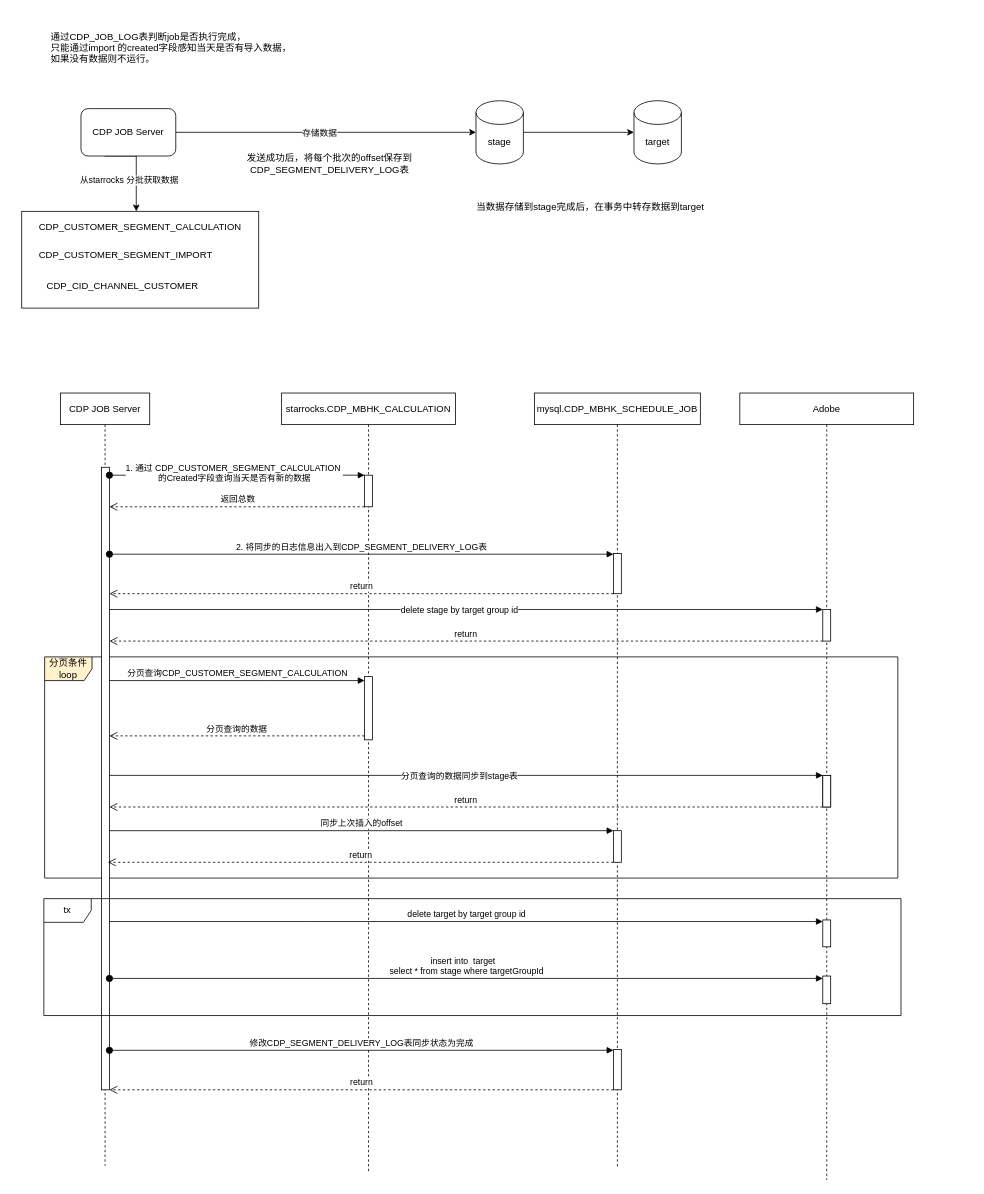
Above: CDP->Adobe.drawio in dearliwenhui/mydraw (draw.io), before the change. Source tidied: cells renumbered, new cells numbered last; positions are measured from the earlier drawing's top-left corner, leaving out a move shared by most shapes. Both pictures are drawn from the tidied source at 79%, with x=0, y=0 at pixel (21, 13).
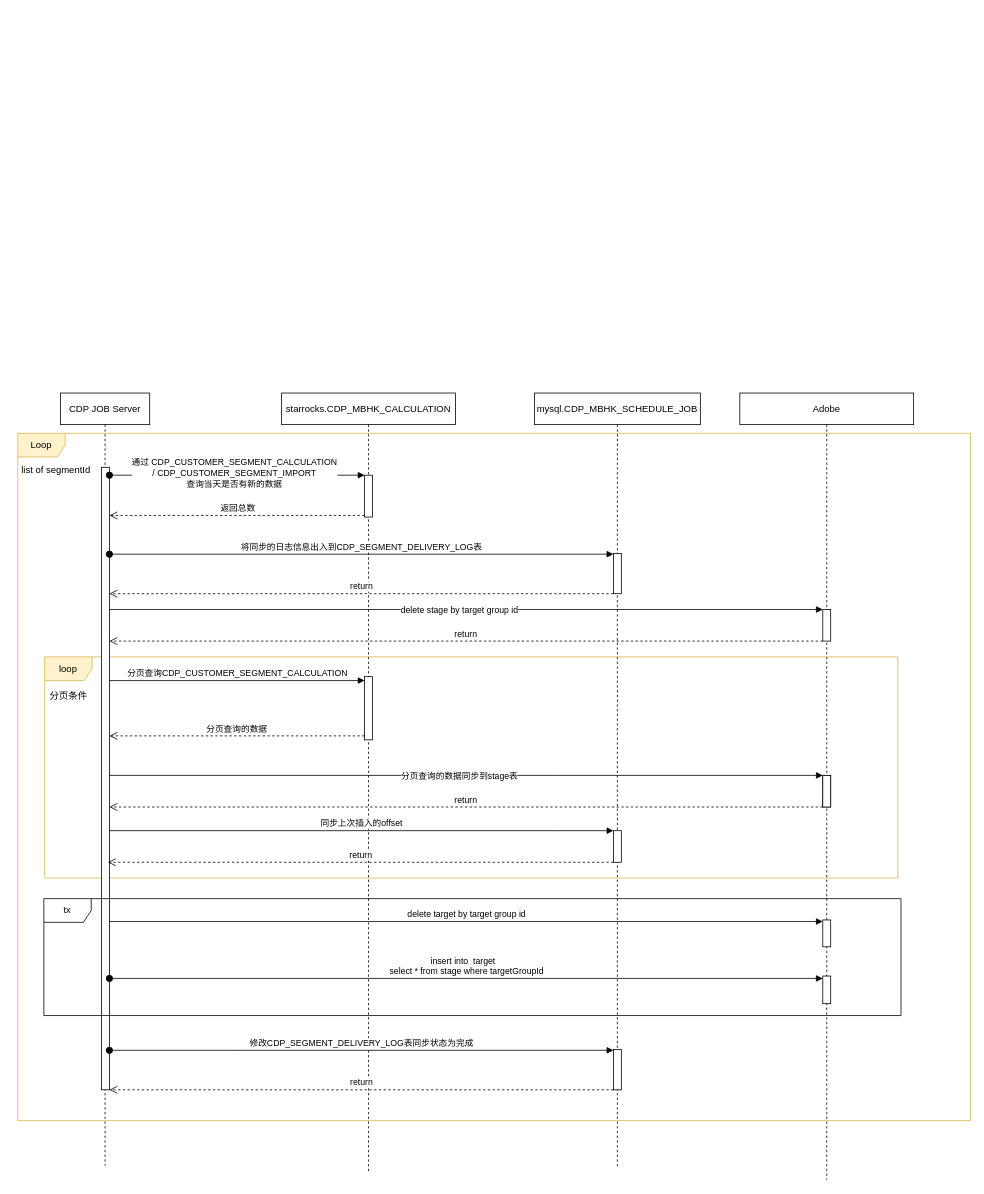
The same page after the edit.

Unchanged cells that the change refers to:
```xml
<mxCell id="19" style="html=1;points=[];perimeter=orthogonalPerimeter;outlineConnect=0;targetShapes=umlLifeline;portConstraint=eastwest;newEdgeStyle={&quot;edgeStyle&quot;:&quot;elbowEdgeStyle&quot;,&quot;elbow&quot;:&quot;vertical&quot;,&quot;curved&quot;:0,&quot;rounded&quot;:0};" parent="18" vertex="1">
  <mxGeometry x="52" y="94" width="10" height="788" as="geometry" />
</mxCell>
<mxCell id="20" value="starrocks.CDP_MBHK_CALCULATION" style="shape=umlLifeline;perimeter=lifelinePerimeter;whiteSpace=wrap;html=1;newEdgeStyle={&quot;edgeStyle&quot;:&quot;elbowEdgeStyle&quot;,&quot;elbow&quot;:&quot;vertical&quot;,&quot;curved&quot;:0,&quot;rounded&quot;:0};" parent="1" vertex="1">
  <mxGeometry x="329" y="480" width="220" height="985" as="geometry" />
</mxCell>
<mxCell id="23" style="html=1;verticalAlign=bottom;startArrow=oval;startFill=1;endArrow=block;startSize=8;edgeStyle=elbowEdgeStyle;elbow=vertical;curved=0;rounded=0;" parent="1" edge="1" source="19" target="21">
  <mxGeometry relative="1" as="geometry">
    <Array as="points">
      <mxPoint x="409" y="584" />
    </Array>
  </mxGeometry>
</mxCell>
<mxCell id="35" style="html=1;points=[];perimeter=orthogonalPerimeter;outlineConnect=0;targetShapes=umlLifeline;portConstraint=eastwest;newEdgeStyle={&quot;edgeStyle&quot;:&quot;elbowEdgeStyle&quot;,&quot;elbow&quot;:&quot;vertical&quot;,&quot;curved&quot;:0,&quot;rounded&quot;:0};" parent="34" vertex="1">
  <mxGeometry x="100" y="203" width="10" height="51" as="geometry" />
</mxCell>
```

The edit, as a diff of the source:
```diff
@@
-    <mxCell id="2" value="分页条件loop" style="shape=umlFrame;whiteSpace=wrap;html=1;fillColor=#fff2cc;strokeColor=default;swimlaneFillColor=none;gradientColor=none;" parent="1" vertex="1">
+    <mxCell id="2" value="loop" style="shape=umlFrame;whiteSpace=wrap;html=1;fillColor=#fff2cc;strokeColor=#d6b656;swimlaneFillColor=none;" parent="1" vertex="1">
       <mxGeometry x="29" y="814" width="1080" height="280" as="geometry" />
     </mxCell>
-    <mxCell id="3" style="rounded=0;whiteSpace=wrap;html=1;" parent="1" vertex="1">
-      <mxGeometry y="250" width="300" height="122.5" as="geometry" />
-    </mxCell>
-    <mxCell id="4" value="CDP_CUSTOMER_SEGMENT_CALCULATION" style="text;whiteSpace=wrap;html=1;" parent="1" vertex="1">
-      <mxGeometry x="20" y="255.8" width="260" height="40" as="geometry" />
-    </mxCell>
-    <mxCell id="5" value="CDP_CUSTOMER_SEGMENT_IMPORT" style="text;whiteSpace=wrap;html=1;" parent="1" vertex="1">
-      <mxGeometry x="20" y="291.2" width="230" height="40" as="geometry" />
-    </mxCell>
-    <mxCell id="6" value="CDP_CID_CHANNEL_CUSTOMER" style="text;whiteSpace=wrap;html=1;" parent="1" vertex="1">
-      <mxGeometry x="30" y="331.2" width="210" height="35" as="geometry" />
-    </mxCell>
-    <mxCell id="7" style="edgeStyle=orthogonalEdgeStyle;rounded=0;jettySize=auto;html=1;exitX=0.25;exitY=1;exitDx=0;exitDy=0;" parent="1" edge="1" source="11">
-      <mxGeometry relative="1" as="geometry">
-        <mxPoint x="145" y="250" as="targetPoint" />
-        <Array as="points">
-          <mxPoint x="145" y="180" />
-        </Array>
-      </mxGeometry>
-    </mxCell>
-    <mxCell id="8" value="从starrocks 分批获取数据" style="edgeLabel;html=1;align=center;verticalAlign=middle;" parent="7" vertex="1">
-      <mxGeometry x="-0.35" y="3" relative="1" as="geometry">
-        <mxPoint x="-6" y="33" as="offset" />
-      </mxGeometry>
-    </mxCell>
-    <mxCell id="9" style="edgeStyle=orthogonalEdgeStyle;rounded=0;jettySize=auto;html=1;exitX=1;exitY=0.5;exitDx=0;exitDy=0;entryX=0;entryY=0.5;entryDx=0;entryDy=0;entryPerimeter=0;" parent="1" edge="1" source="11" target="12">
-      <mxGeometry relative="1" as="geometry" />
-    </mxCell>
-    <mxCell id="10" value="存储数据" style="edgeLabel;html=1;align=center;verticalAlign=middle;" parent="9" vertex="1">
-      <mxGeometry x="-0.13" y="1" relative="1" as="geometry">
-        <mxPoint x="16" y="1" as="offset" />
-      </mxGeometry>
-    </mxCell>
-    <mxCell id="11" value="CDP JOB Server" style="rounded=1;whiteSpace=wrap;html=1;" parent="1" vertex="1">
-      <mxGeometry x="75" y="120" width="120" height="60" as="geometry" />
-    </mxCell>
-    <mxCell id="12" value="stage" style="shape=cylinder3;whiteSpace=wrap;html=1;boundedLbl=1;backgroundOutline=1;size=15;" parent="1" vertex="1">
-      <mxGeometry x="575" y="110" width="60" height="80" as="geometry" />
-    </mxCell>
-    <mxCell id="13" value="target" style="shape=cylinder3;whiteSpace=wrap;html=1;boundedLbl=1;backgroundOutline=1;size=15;" parent="1" vertex="1">
-      <mxGeometry x="775" y="110" width="60" height="80" as="geometry" />
-    </mxCell>
-    <mxCell id="14" style="edgeStyle=orthogonalEdgeStyle;rounded=0;jettySize=auto;html=1;exitX=1;exitY=0.5;exitDx=0;exitDy=0;exitPerimeter=0;entryX=0;entryY=0.5;entryDx=0;entryDy=0;entryPerimeter=0;" parent="1" edge="1" source="12" target="13">
-      <mxGeometry relative="1" as="geometry" />
-    </mxCell>
-    <mxCell id="15" value="当数据存储到stage完成后，在事务中转存数据到target" style="text;html=1;strokeColor=none;fillColor=none;align=center;verticalAlign=middle;whiteSpace=wrap;rounded=0;" parent="1" vertex="1">
-      <mxGeometry x="565" y="230" width="310" height="30" as="geometry" />
-    </mxCell>
-    <mxCell id="16" value="通过CDP_JOB_LOG表判断job是否执行完成，&lt;br&gt;只能通过import 的created字段感知当天是否有导入数据，如果没有数据则不运行。" style="text;html=1;strokeColor=none;fillColor=none;align=left;verticalAlign=middle;whiteSpace=wrap;rounded=0;" parent="1" vertex="1">
-      <mxGeometry x="35" width="310" height="85" as="geometry" />
-    </mxCell>
-    <mxCell id="17" value="发送成功后，将每个批次的offset保存到CDP_SEGMENT_DELIVERY_LOG表" style="text;html=1;strokeColor=none;fillColor=none;align=center;verticalAlign=middle;whiteSpace=wrap;rounded=0;" parent="1" vertex="1">
-      <mxGeometry x="265" y="160" width="250" height="60" as="geometry" />
-    </mxCell>
@@
     <mxCell id="21" style="html=1;points=[];perimeter=orthogonalPerimeter;outlineConnect=0;targetShapes=umlLifeline;portConstraint=eastwest;newEdgeStyle={&quot;edgeStyle&quot;:&quot;elbowEdgeStyle&quot;,&quot;elbow&quot;:&quot;vertical&quot;,&quot;curved&quot;:0,&quot;rounded&quot;:0};" parent="20" vertex="1">
-      <mxGeometry x="105" y="104" width="10" height="40" as="geometry" />
+      <mxGeometry x="105" y="104" width="10" height="53" as="geometry" />
     </mxCell>
@@
-    <mxCell id="24" value="&lt;div&gt;1. 通过 CDP_CUSTOMER_SEGMENT_CALCULATION&amp;nbsp;&lt;/div&gt;&lt;div&gt;的Created字段查询当天是否有新的数据&lt;/div&gt;&lt;div&gt;&lt;br&gt;&lt;/div&gt;" style="edgeLabel;html=1;align=center;verticalAlign=middle;" parent="23" vertex="1">
+    <mxCell id="24" value="&lt;div&gt;通过 CDP_CUSTOMER_SEGMENT_CALCULATION&lt;/div&gt;&lt;div&gt;/&amp;nbsp;CDP_CUSTOMER_SEGMENT_IMPORT&lt;/div&gt;&lt;div&gt;查询当天是否有新的数据&lt;/div&gt;&lt;div&gt;&lt;br&gt;&lt;/div&gt;" style="edgeLabel;html=1;align=center;verticalAlign=middle;" parent="23" vertex="1">
       <mxGeometry x="-0.03" y="-3" relative="1" as="geometry" />
     </mxCell>
     <mxCell id="25" value="&amp;nbsp;返回总数" style="html=1;verticalAlign=bottom;endArrow=open;dashed=1;endSize=8;edgeStyle=elbowEdgeStyle;elbow=vertical;curved=0;rounded=0;" parent="1" edge="1" source="21" target="19">
       <mxGeometry relative="1" as="geometry">
         <Array as="points">
+          <mxPoint x="352" y="635" />
           <mxPoint x="389" y="624" />
           <mxPoint x="319" y="664" />
         </Array>
       </mxGeometry>
     </mxCell>
@@
-    <mxCell id="40" value="2. 将同步的日志信息出入到CDP_SEGMENT_DELIVERY_LOG表" style="html=1;verticalAlign=bottom;startArrow=oval;startFill=1;endArrow=block;startSize=8;edgeStyle=elbowEdgeStyle;elbow=vertical;curved=0;rounded=0;" parent="1" edge="1" target="35">
+    <mxCell id="40" value="将同步的日志信息出入到CDP_SEGMENT_DELIVERY_LOG表" style="html=1;verticalAlign=bottom;startArrow=oval;startFill=1;endArrow=block;startSize=8;edgeStyle=elbowEdgeStyle;elbow=vertical;curved=0;rounded=0;" parent="1" edge="1" target="35">
       <mxGeometry relative="1" as="geometry">
         <mxPoint x="111" y="684" as="sourcePoint" />
         <Array as="points">
           <mxPoint x="269" y="684" />
           <mxPoint x="489" y="654" />
         </Array>
       </mxGeometry>
     </mxCell>
@@
+    <mxCell id="53" value="分页条件" style="text;html=1;align=center;verticalAlign=middle;strokeColor=none;fillColor=none;" parent="1" vertex="1">
+      <mxGeometry x="26" y="851" width="66" height="26" as="geometry" />
+    </mxCell>
+    <mxCell id="54" value="Loop" style="shape=umlFrame;whiteSpace=wrap;html=1;fillColor=#fff2cc;strokeColor=#d6b656;" parent="1" vertex="1">
+      <mxGeometry x="-5" y="531" width="1206" height="870" as="geometry" />
+    </mxCell>
+    <mxCell id="55" value="list of segmentId" style="text;html=1;align=center;verticalAlign=middle;strokeColor=none;fillColor=none;" parent="1" vertex="1">
+      <mxGeometry x="-10" y="565" width="105" height="26" as="geometry" />
+    </mxCell>
```
